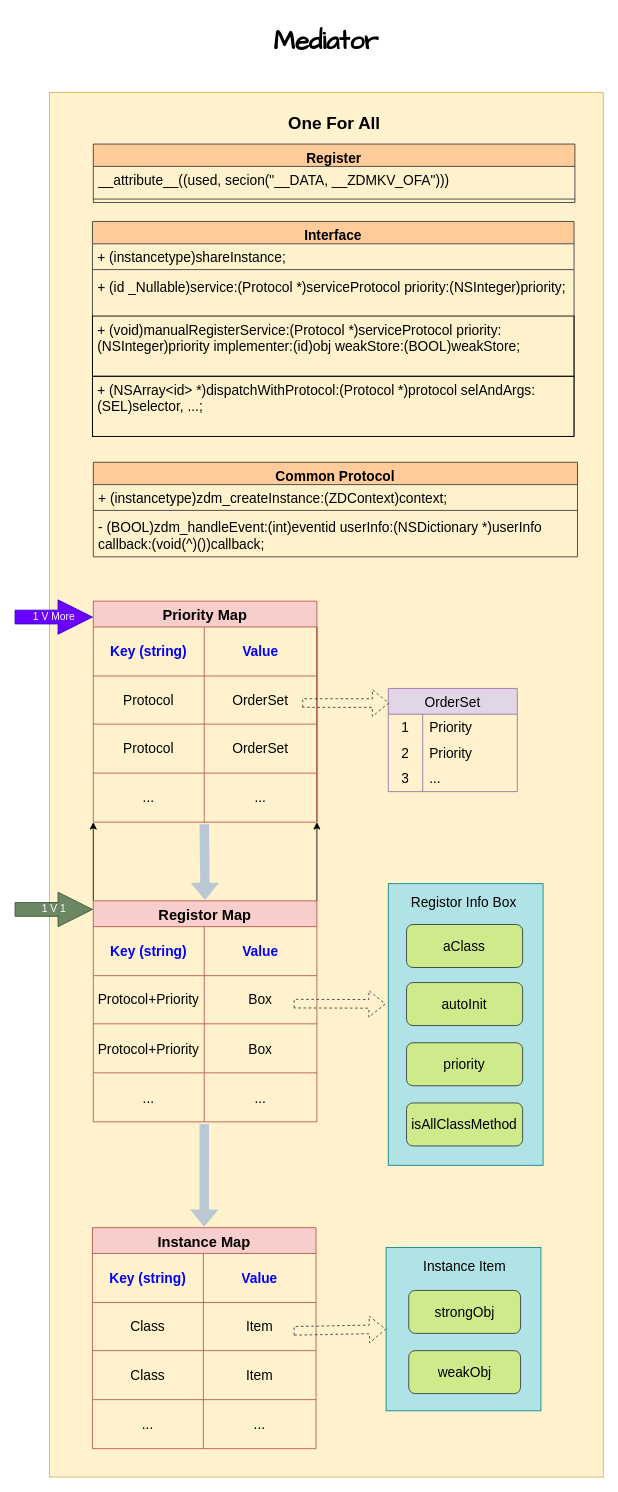
The draw.io diagram page "第 2 页" (2 of 3) of Resources/ZDMediator架构.drawio in faimin/ZDMediator, before the edit. Source tidied: cells renumbered, new cells numbered last; positions are measured from the earlier drawing's top-left corner, leaving out a move shared by most shapes. Both pictures are drawn from the tidied source at 86%, with x=0, y=0 at pixel (15, 15).
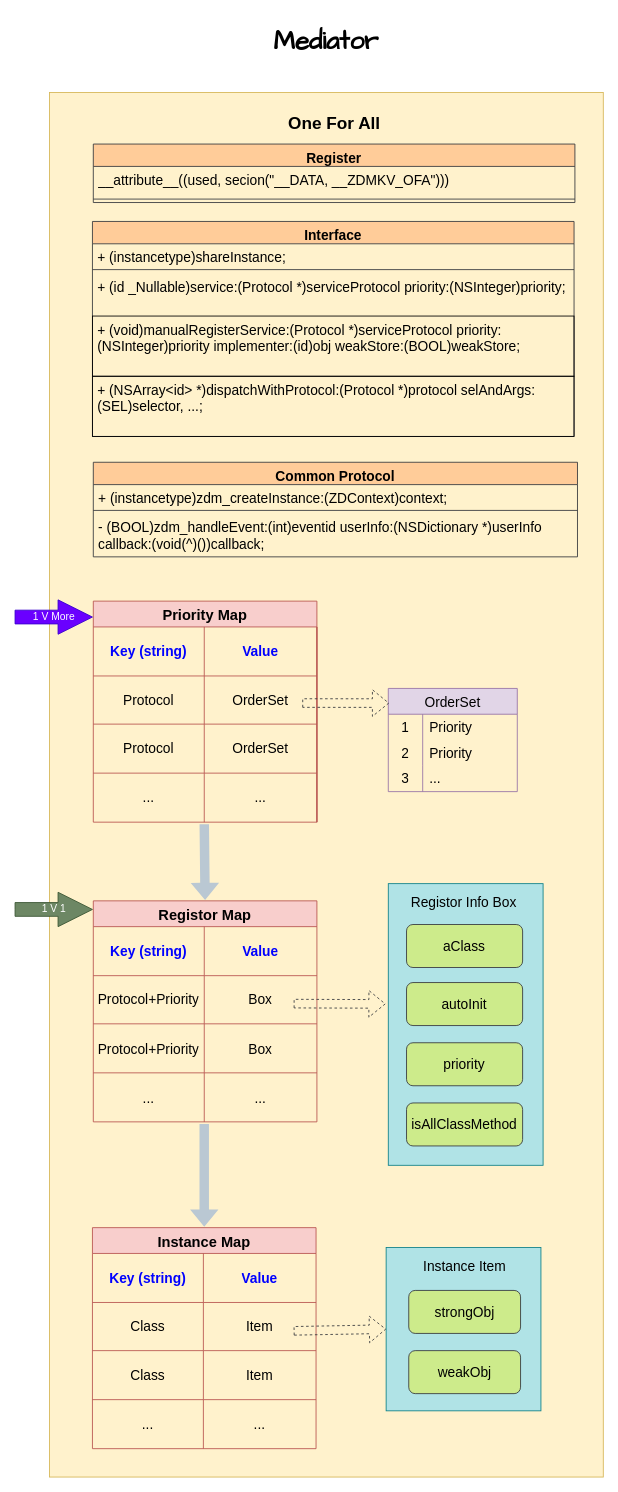
The same diagram, later.

Unchanged cells that the change refers to:
```xml
<mxCell id="6" value="Registor Map" style="shape=table;startSize=30;childLayout=tableLayout;fontSize=17;fillColor=#f8cecc;strokeColor=#b85450;swimlaneFillColor=none;fontStyle=1;" parent="1" vertex="1">
  <mxGeometry x="91" y="1030" width="260" height="257" as="geometry" />
</mxCell>
<mxCell id="79" style="whiteSpace=wrap;html=1;fontSize=17;fillColor=#f8cecc;strokeColor=#b85450;startSize=30;swimlaneFillColor=none;fontStyle=1;" parent="76" vertex="1">
  <mxGeometry x="260" height="57" as="geometry" />
</mxCell>
<mxCell id="80" style="whiteSpace=wrap;html=1;fontSize=17;fillColor=#f8cecc;strokeColor=#b85450;startSize=30;swimlaneFillColor=none;fontStyle=1;" parent="76" vertex="1">
  <mxGeometry height="57" as="geometry" />
</mxCell>
```

Diff of the diagram source:
```diff
@@
-    <mxCell id="4" style="edgeStyle=orthogonalEdgeStyle;rounded=0;jettySize=auto;html=1;" parent="1" edge="1" source="6" target="79">
-      <mxGeometry relative="1" as="geometry" />
-    </mxCell>
-    <mxCell id="5" style="edgeStyle=orthogonalEdgeStyle;rounded=0;jettySize=auto;html=1;" parent="1" edge="1" source="6" target="80">
-      <mxGeometry relative="1" as="geometry" />
-    </mxCell>
```
